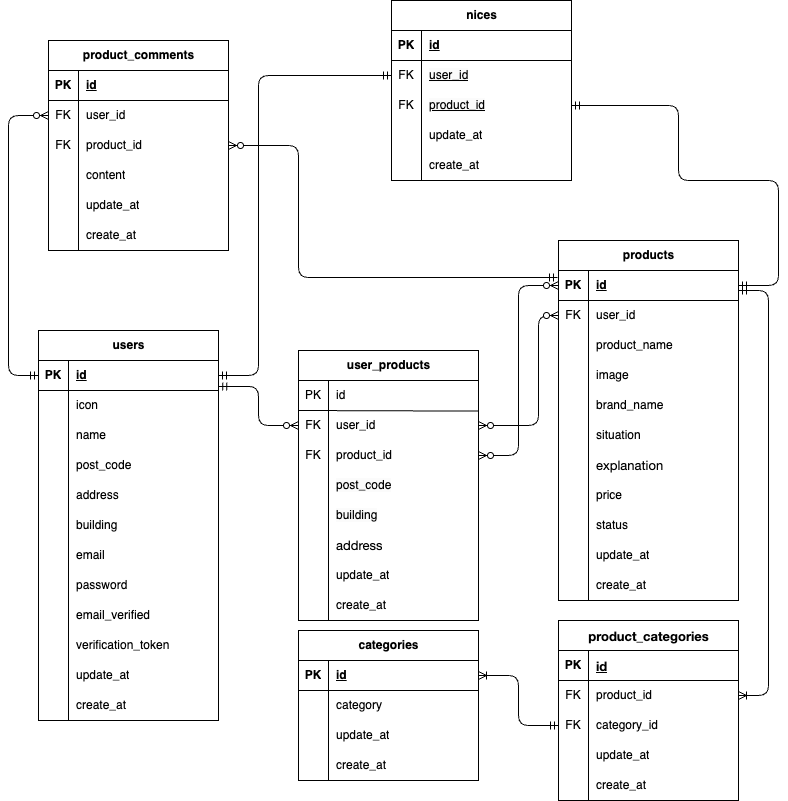
tokisiro/coachfleamart keeps this draw.io diagram as src/database/erd/.drawio.png. Above is the earlier version. Source tidied: cells renumbered, new cells last; positions are measured from the earlier drawing's top-left corner, leaving out a move shared by most shapes.
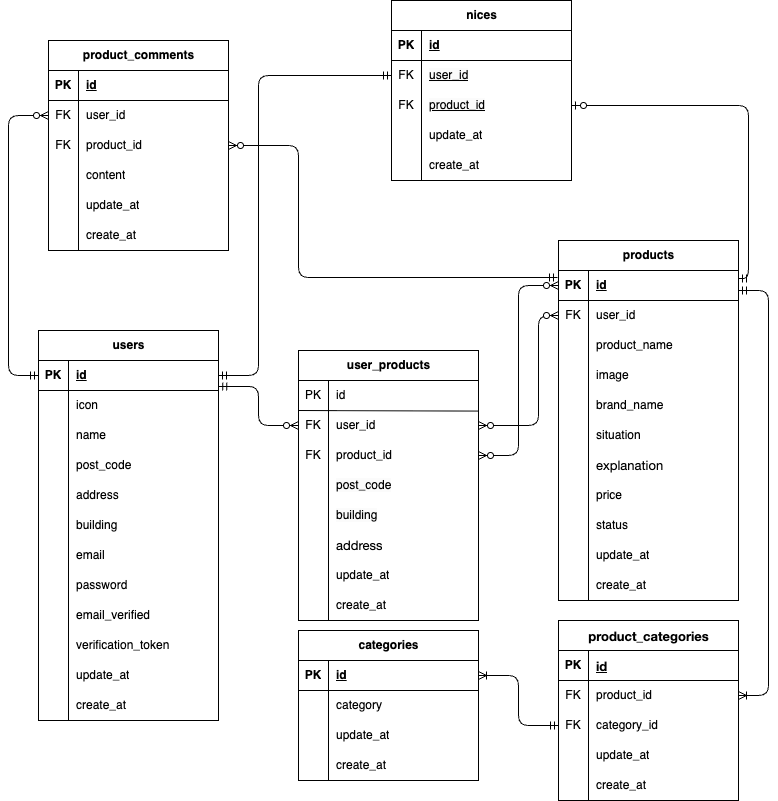
The same diagram one commit later.

The edit, as a diff of the source:
```diff
@@ -524,16 +524,6 @@
         </Array>
       </mxGeometry>
     </mxCell>
-    <mxCell id="168" style="edgeStyle=orthogonalEdgeStyle;fontSize=12;html=1;endArrow=ERmandOne;startArrow=ERmandOne;exitX=1;exitY=0.5;exitDx=0;exitDy=0;" parent="1" edge="1" source="71" target="81">
-      <mxGeometry relative="1" as="geometry">
-        <Array as="points">
-          <mxPoint x="670" y="105" />
-          <mxPoint x="670" y="180" />
-          <mxPoint x="770" y="180" />
-          <mxPoint x="770" y="285" />
-        </Array>
-      </mxGeometry>
-    </mxCell>
     <mxCell id="169" style="edgeStyle=orthogonalEdgeStyle;fontSize=12;html=1;endArrow=ERzeroToMany;endFill=1;startArrow=ERzeroToMany;entryX=0;entryY=0.5;entryDx=0;entryDy=0;exitX=1;exitY=0.5;exitDx=0;exitDy=0;" parent="1" edge="1" source="6" target="84">
       <mxGeometry relative="1" as="geometry">
         <Array as="points">
@@ -551,5 +541,8 @@
         <mxPoint x="470" y="410.6" as="targetPoint" />
       </mxGeometry>
     </mxCell>
+    <mxCell id="172" style="edgeStyle=orthogonalEdgeStyle;fontSize=12;html=1;endArrow=ERzeroToOne;startArrow=ERmandOne;exitX=1;exitY=0.267;exitDx=0;exitDy=0;exitPerimeter=0;entryX=1;entryY=0.5;entryDx=0;entryDy=0;" parent="1" edge="1" source="81" target="71">
+      <mxGeometry relative="1" as="geometry" />
+    </mxCell>
   </root>
 </mxGraphModel>
```
